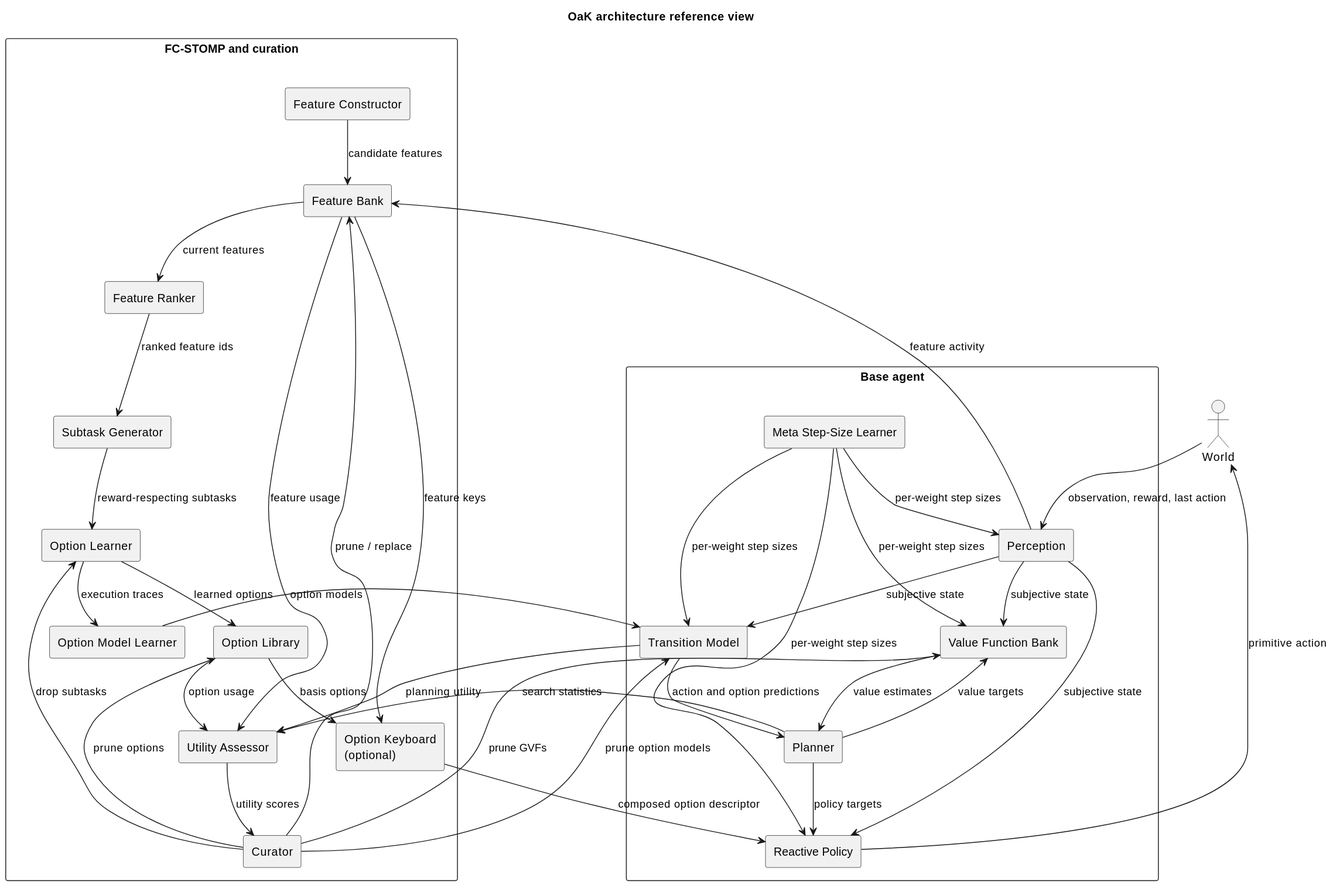
ttrenty/OaK-Architecture keeps this PlantUML diagram as docs/img/oak_architecture.svg. Above is the earlier version. The source it was exported from:
```plantuml
@startuml
title OaK architecture reference view

skinparam componentStyle rectangle
skinparam packageStyle rectangle

actor World as W

package "Base agent" {
  [Perception] as Perception
  [Reactive Policy] as ReactivePolicy
  [Value Function Bank] as ValueFunctionBank
  [Transition Model] as TransitionModel
  [Planner] as Planner
  [Meta Step-Size Learner] as MetaStepSizeLearner
}

package "FC-STOMP and curation" {
  [Feature Bank] as FeatureBank
  [Feature Constructor] as FeatureConstructor
  [Feature Ranker] as FeatureRanker
  [Subtask Generator] as SubtaskGenerator
  [Option Learner] as OptionLearner
  [Option Library] as OptionLibrary
  [Option Model Learner] as OptionModelLearner
  [Utility Assessor] as UtilityAssessor
  [Curator] as Curator
  [Option Keyboard\n(optional)] as OptionKeyboard
}

W --> Perception : observation, reward, last action
Perception --> ReactivePolicy : subjective state
Perception --> ValueFunctionBank : subjective state
Perception --> TransitionModel : subjective state
ReactivePolicy --> W : primitive action

Perception --> FeatureBank : feature activity
FeatureConstructor --> FeatureBank : candidate features
FeatureBank --> FeatureRanker : current features
FeatureRanker --> SubtaskGenerator : ranked feature ids
SubtaskGenerator --> OptionLearner : reward-respecting subtasks
OptionLearner --> OptionLibrary : learned options
OptionLearner --> OptionModelLearner : execution traces
OptionModelLearner --> TransitionModel : option models

ValueFunctionBank --> Planner : value estimates
TransitionModel --> Planner : action and option predictions
Planner --> ReactivePolicy : policy targets
Planner --> ValueFunctionBank : value targets

MetaStepSizeLearner --> Perception : per-weight step sizes
MetaStepSizeLearner --> ReactivePolicy : per-weight step sizes
MetaStepSizeLearner --> ValueFunctionBank : per-weight step sizes
MetaStepSizeLearner --> TransitionModel : per-weight step sizes

FeatureBank --> UtilityAssessor : feature usage
OptionLibrary --> UtilityAssessor : option usage
TransitionModel --> UtilityAssessor : planning utility
Planner --> UtilityAssessor : search statistics
UtilityAssessor --> Curator : utility scores
Curator --> FeatureBank : prune / replace
Curator --> OptionLearner : drop subtasks
Curator --> OptionLibrary : prune options
Curator --> TransitionModel : prune option models
Curator --> ValueFunctionBank : prune GVFs

FeatureBank --> OptionKeyboard : feature keys
OptionLibrary --> OptionKeyboard : basis options
OptionKeyboard --> ReactivePolicy : composed option descriptor
@enduml
```
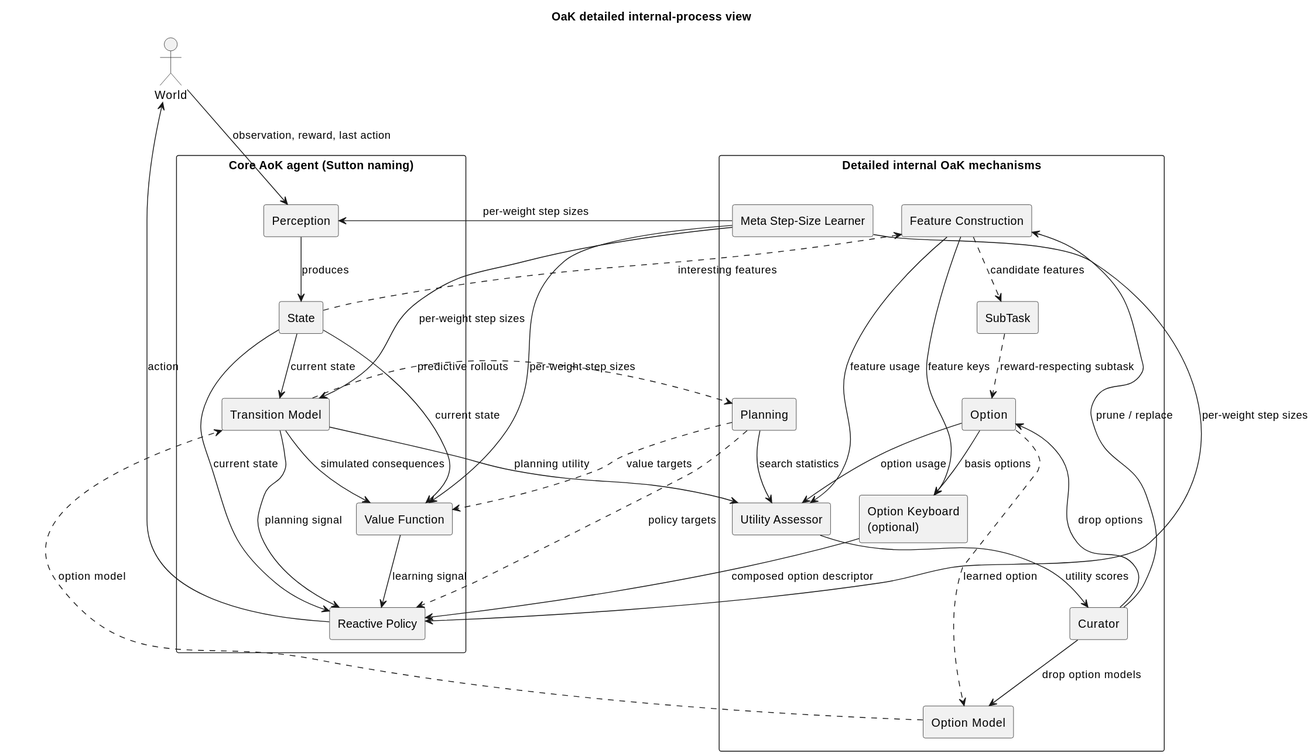
Later version of the same file.

Diff of the diagram source:
```diff
@@ -1,70 +1,65 @@
 @startuml
-title OaK architecture reference view
+title OaK detailed internal-process view
 
 skinparam componentStyle rectangle
 skinparam packageStyle rectangle
 
 actor World as W
 
-package "Base agent" {
+package "Core AoK agent (Sutton naming)" {
   [Perception] as Perception
+  [State] as State
   [Reactive Policy] as ReactivePolicy
-  [Value Function Bank] as ValueFunctionBank
+  [Value Function] as ValueFunction
   [Transition Model] as TransitionModel
-  [Planner] as Planner
+}
+
+package "Detailed internal OaK mechanisms" {
+  [Feature Construction] as FeatureConstruction
+  [SubTask] as SubTask
+  [Option] as OptionLearner
+  [Option Model] as OptionModelLearner
+  [Planning] as Planning
+  [Utility Assessor] as UtilityAssessor
+  [Curator] as Curator
+  [Option Keyboard\n(optional)] as OptionKeyboard
   [Meta Step-Size Learner] as MetaStepSizeLearner
 }
 
-package "FC-STOMP and curation" {
-  [Feature Bank] as FeatureBank
-  [Feature Constructor] as FeatureConstructor
-  [Feature Ranker] as FeatureRanker
-  [Subtask Generator] as SubtaskGenerator
-  [Option Learner] as OptionLearner
-  [Option Library] as OptionLibrary
-  [Option Model Learner] as OptionModelLearner
-  [Utility Assessor] as UtilityAssessor
-  [Curator] as Curator
-  [Option Keyboard\n(optional)] as OptionKeyboard
-}
+W --> Perception : observation, reward, last action
+Perception --> State : produces
+State --> ReactivePolicy : current state
+State --> ValueFunction : current state
+State --> TransitionModel : current state
+ReactivePolicy --> W : action
+ValueFunction --> ReactivePolicy : learning signal
+TransitionModel --> ReactivePolicy : planning signal
+TransitionModel --> ValueFunction : simulated consequences
 
-W --> Perception : observation, reward, last action
-Perception --> ReactivePolicy : subjective state
-Perception --> ValueFunctionBank : subjective state
-Perception --> TransitionModel : subjective state
-ReactivePolicy --> W : primitive action
-
-Perception --> FeatureBank : feature activity
-FeatureConstructor --> FeatureBank : candidate features
-FeatureBank --> FeatureRanker : current features
-FeatureRanker --> SubtaskGenerator : ranked feature ids
-SubtaskGenerator --> OptionLearner : reward-respecting subtasks
-OptionLearner --> OptionLibrary : learned options
-OptionLearner --> OptionModelLearner : execution traces
-OptionModelLearner --> TransitionModel : option models
-
-ValueFunctionBank --> Planner : value estimates
-TransitionModel --> Planner : action and option predictions
-Planner --> ReactivePolicy : policy targets
-Planner --> ValueFunctionBank : value targets
+State ..> FeatureConstruction : interesting features
+FeatureConstruction ..> SubTask : candidate features
+SubTask ..> OptionLearner : reward-respecting subtask
+OptionLearner ..> OptionModelLearner : learned option
+OptionModelLearner ..> TransitionModel : option model
+TransitionModel ..> Planning : predictive rollouts
+Planning ..> ValueFunction : value targets
+Planning ..> ReactivePolicy : policy targets
 
 MetaStepSizeLearner --> Perception : per-weight step sizes
 MetaStepSizeLearner --> ReactivePolicy : per-weight step sizes
-MetaStepSizeLearner --> ValueFunctionBank : per-weight step sizes
+MetaStepSizeLearner --> ValueFunction : per-weight step sizes
 MetaStepSizeLearner --> TransitionModel : per-weight step sizes
 
-FeatureBank --> UtilityAssessor : feature usage
-OptionLibrary --> UtilityAssessor : option usage
+FeatureConstruction --> UtilityAssessor : feature usage
+OptionLearner --> UtilityAssessor : option usage
 TransitionModel --> UtilityAssessor : planning utility
-Planner --> UtilityAssessor : search statistics
+Planning --> UtilityAssessor : search statistics
 UtilityAssessor --> Curator : utility scores
-Curator --> FeatureBank : prune / replace
-Curator --> OptionLearner : drop subtasks
-Curator --> OptionLibrary : prune options
-Curator --> TransitionModel : prune option models
-Curator --> ValueFunctionBank : prune GVFs
+Curator --> FeatureConstruction : prune / replace
+Curator --> OptionLearner : drop options
+Curator --> OptionModelLearner : drop option models
 
-FeatureBank --> OptionKeyboard : feature keys
-OptionLibrary --> OptionKeyboard : basis options
+FeatureConstruction --> OptionKeyboard : feature keys
+OptionLearner --> OptionKeyboard : basis options
 OptionKeyboard --> ReactivePolicy : composed option descriptor
 @enduml
```
